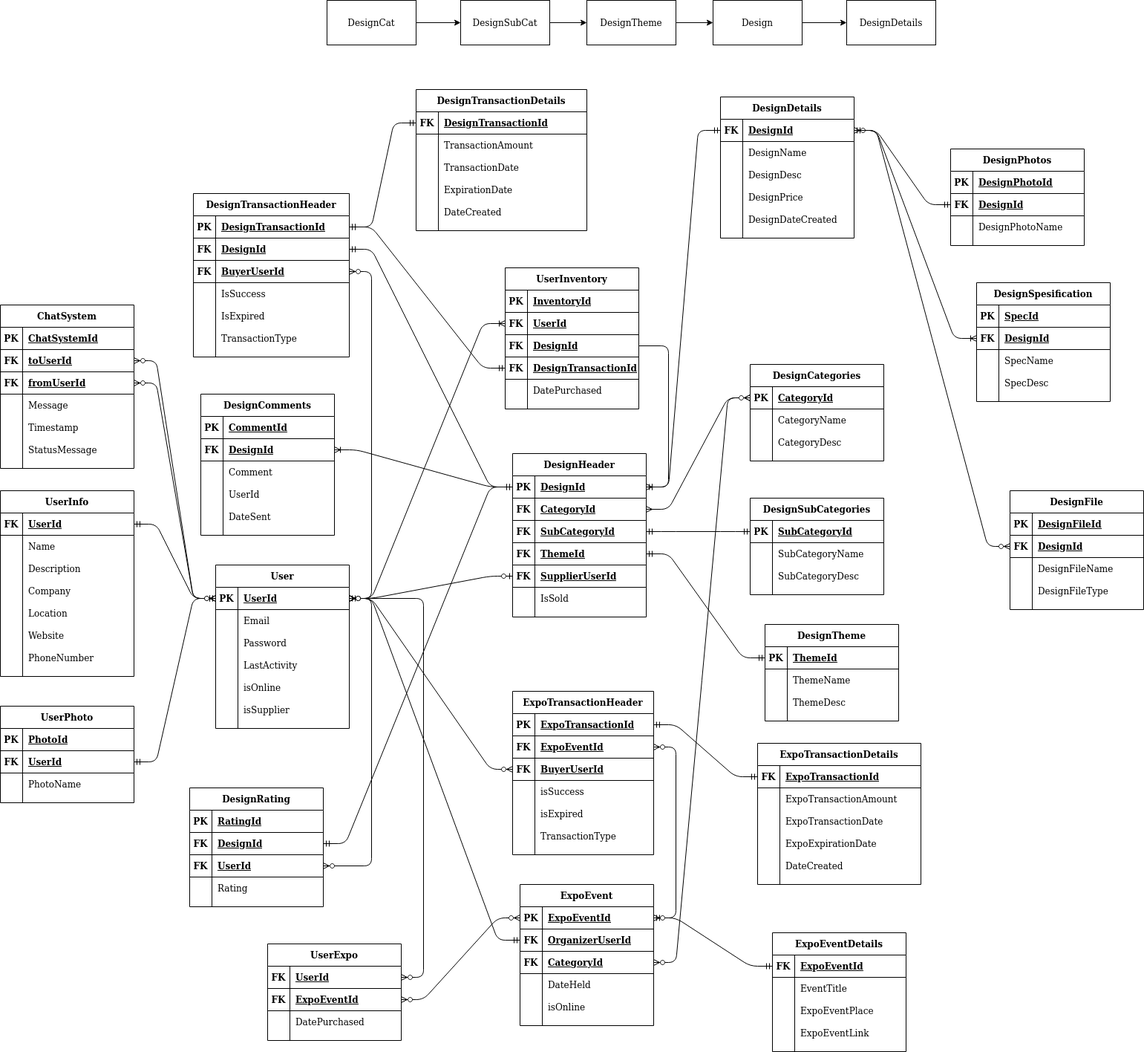
Earlier version of the draw.io export belidesain-db/cari_desain.png (felixfilipi/belidesain.com). Source tidied: cells renumbered, new cells last; positions are measured from the earlier drawing's top-left corner, leaving out a move shared by most shapes.
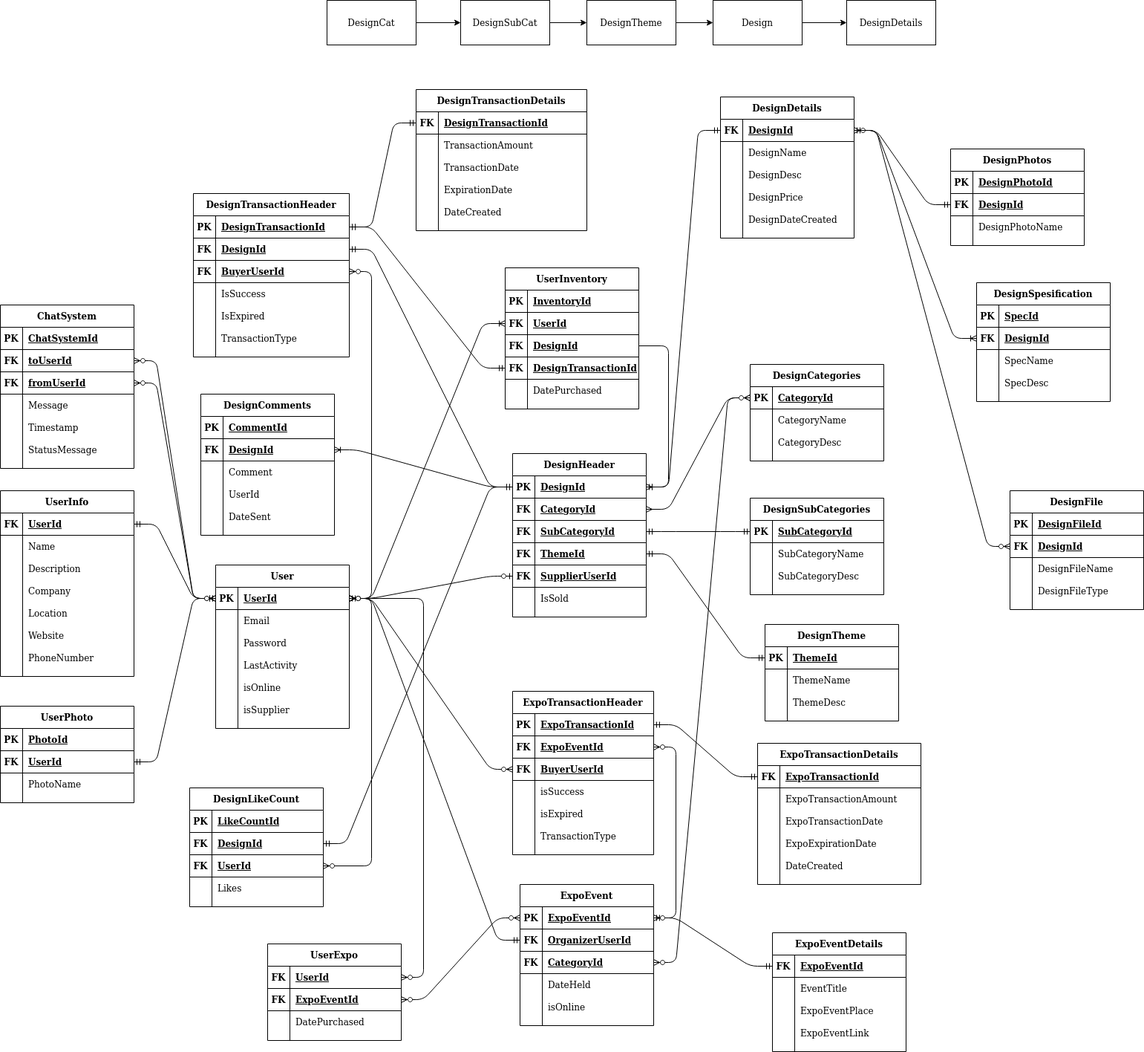
After the commit.

Commit message:
change rating table -> LikeCount

Diff of the diagram source:
```diff
@@ -452,7 +452,7 @@
     <mxCell id="151" style="edgeStyle=entityRelationEdgeStyle;fontSize=12;html=1;endArrow=ERmandOne;startArrow=ERmandOne;" parent="1" edge="1" source="85" target="123">
       <mxGeometry relative="1" as="geometry" />
     </mxCell>
-    <mxCell id="152" value="DesignRating" style="shape=table;startSize=30;rowLines=0;fontStyle=1;align=center;" parent="1" vertex="1">
+    <mxCell id="152" value="DesignLikeCount" style="shape=table;startSize=30;rowLines=0;fontStyle=1;align=center;" parent="1" vertex="1">
       <mxGeometry x="255" y="1060" width="180" height="160" as="geometry" />
     </mxCell>
     <mxCell id="153" style="shape=partialRectangle;fillColor=none;top=0;left=0;bottom=1;right=0;" parent="152" vertex="1">
@@ -461,7 +461,7 @@
     <mxCell id="154" value="PK" style="shape=partialRectangle;fillColor=none;top=0;left=0;bottom=0;right=0;fontStyle=1;overflow=hidden;" parent="153" vertex="1">
       <mxGeometry width="30" height="30" as="geometry" />
     </mxCell>
-    <mxCell id="155" value="RatingId" style="shape=partialRectangle;fillColor=none;top=0;left=0;bottom=0;right=0;align=left;spacingLeft=6;fontStyle=5;overflow=hidden;" parent="153" vertex="1">
+    <mxCell id="155" value="LikeCountId" style="shape=partialRectangle;fillColor=none;top=0;left=0;bottom=0;right=0;align=left;spacingLeft=6;fontStyle=5;overflow=hidden;" parent="153" vertex="1">
       <mxGeometry x="30" width="150" height="30" as="geometry" />
     </mxCell>
     <mxCell id="156" style="shape=partialRectangle;fillColor=none;top=0;left=0;bottom=1;right=0;points=[[0,0.5],[1,0.5]];portConstraint=eastwest;" parent="152" vertex="1">
@@ -488,7 +488,7 @@
     <mxCell id="163" style="shape=partialRectangle;fillColor=none;top=0;left=0;bottom=0;right=0;overflow=hidden;" parent="162" vertex="1">
       <mxGeometry width="30" height="30" as="geometry" />
     </mxCell>
-    <mxCell id="164" value="Rating" style="shape=partialRectangle;fillColor=none;top=0;left=0;bottom=0;right=0;align=left;spacingLeft=6;overflow=hidden;" parent="162" vertex="1">
+    <mxCell id="164" value="Likes" style="shape=partialRectangle;fillColor=none;top=0;left=0;bottom=0;right=0;align=left;spacingLeft=6;overflow=hidden;" parent="162" vertex="1">
       <mxGeometry x="30" width="150" height="30" as="geometry" />
     </mxCell>
     <mxCell id="165" style="edgeStyle=entityRelationEdgeStyle;fontSize=12;html=1;endArrow=ERmandOne;startArrow=ERmandOne;" parent="1" edge="1" source="156" target="85">
```
